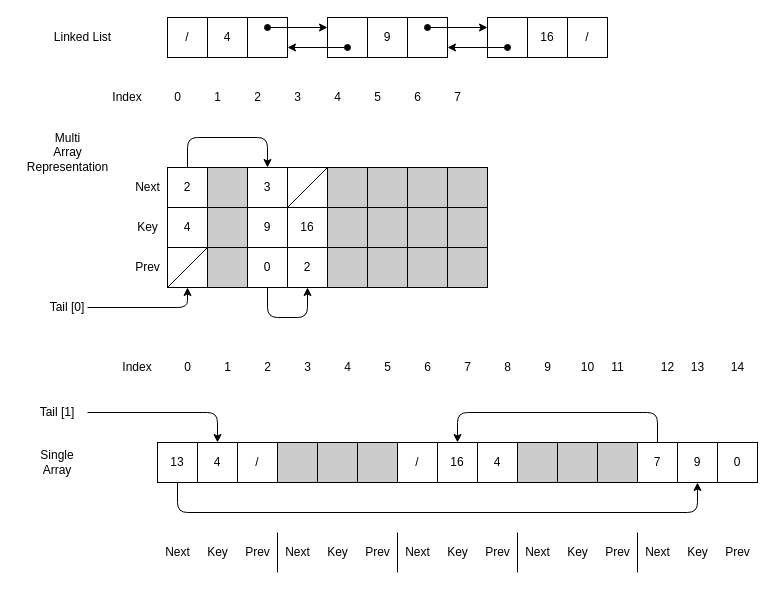
The draw.io diagram src/data_structures/pointers/Multi_array_pointer.drawio in pgryko/code_coffee_algorithms, before the edit. Source tidied: cells renumbered, new cells numbered last; positions are measured from the earlier drawing's top-left corner, leaving out a move shared by most shapes. Both pictures are drawn from the tidied source at 100%, with x=0, y=0 at pixel (17, 17).
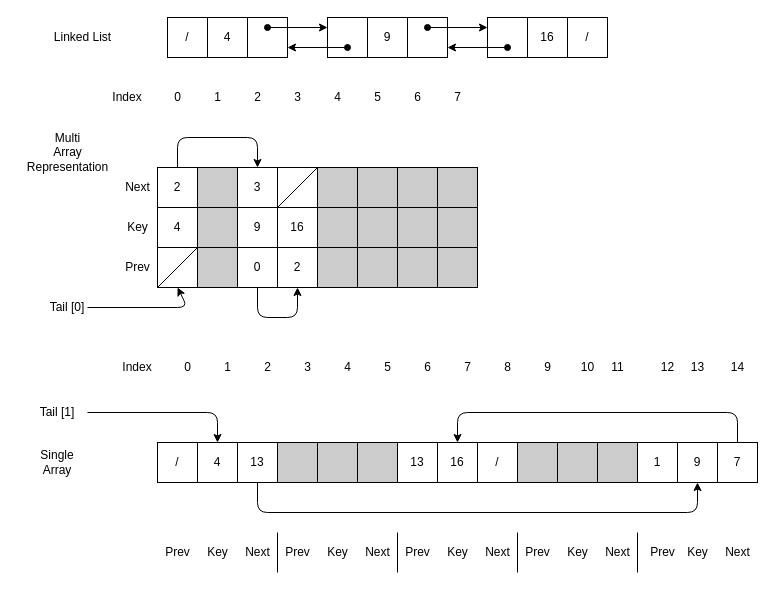
Above is the later version.

Commit message (it also covers changes not shown here):
Fixed major mistake in diagrams

The change refers to these unchanged cells:
```xml
<mxCell id="54" value="16" style="whiteSpace=wrap;html=1;" parent="1" vertex="1">
  <mxGeometry x="420" y="425" width="40" height="40" as="geometry" />
</mxCell>
<mxCell id="98" value="9" style="whiteSpace=wrap;html=1;" parent="1" vertex="1">
  <mxGeometry x="660" y="425" width="40" height="40" as="geometry" />
</mxCell>
```

Diff of the diagram source:
```diff
@@
     <mxCell id="2" value="2" style="whiteSpace=wrap;html=1;" parent="1" vertex="1">
-      <mxGeometry x="150" y="150" width="40" height="40" as="geometry" />
+      <mxGeometry x="140" y="150" width="40" height="40" as="geometry" />
     </mxCell>
     <mxCell id="3" value="Next" style="text;html=1;align=center;verticalAlign=middle;" parent="1" vertex="1">
-      <mxGeometry x="110" y="160" width="40" height="20" as="geometry" />
+      <mxGeometry x="100" y="160" width="40" height="20" as="geometry" />
     </mxCell>
     <mxCell id="4" value="4" style="whiteSpace=wrap;html=1;" parent="1" vertex="1">
-      <mxGeometry x="150" y="190" width="40" height="40" as="geometry" />
+      <mxGeometry x="140" y="190" width="40" height="40" as="geometry" />
     </mxCell>
     <mxCell id="5" value="Key" style="text;html=1;align=center;verticalAlign=middle;" parent="1" vertex="1">
-      <mxGeometry x="110" y="200" width="40" height="20" as="geometry" />
+      <mxGeometry x="100" y="200" width="40" height="20" as="geometry" />
     </mxCell>
     <mxCell id="6" value="Prev" style="text;html=1;align=center;verticalAlign=middle;" parent="1" vertex="1">
-      <mxGeometry x="110" y="240" width="40" height="20" as="geometry" />
+      <mxGeometry x="100" y="240" width="40" height="20" as="geometry" />
     </mxCell>
     <mxCell id="7" style="whiteSpace=wrap;html=1;fillColor=#CCCCCC;" parent="1" vertex="1">
-      <mxGeometry x="190" y="150" width="40" height="40" as="geometry" />
+      <mxGeometry x="180" y="150" width="40" height="40" as="geometry" />
     </mxCell>
@@
     <mxCell id="21" style="whiteSpace=wrap;html=1;fillColor=#CCCCCC;" parent="1" vertex="1">
-      <mxGeometry x="190" y="190" width="40" height="40" as="geometry" />
+      <mxGeometry x="180" y="190" width="40" height="40" as="geometry" />
     </mxCell>
     <mxCell id="22" style="whiteSpace=wrap;html=1;fillColor=#CCCCCC;" parent="1" vertex="1">
-      <mxGeometry x="190" y="230" width="40" height="40" as="geometry" />
+      <mxGeometry x="180" y="230" width="40" height="40" as="geometry" />
     </mxCell>
     <mxCell id="23" value="9" style="whiteSpace=wrap;html=1;" parent="1" vertex="1">
-      <mxGeometry x="230" y="190" width="40" height="40" as="geometry" />
+      <mxGeometry x="220" y="190" width="40" height="40" as="geometry" />
     </mxCell>
     <mxCell id="24" value="3" style="whiteSpace=wrap;html=1;" parent="1" vertex="1">
-      <mxGeometry x="230" y="150" width="40" height="40" as="geometry" />
+      <mxGeometry x="220" y="150" width="40" height="40" as="geometry" />
     </mxCell>
     <mxCell id="25" value="0" style="whiteSpace=wrap;html=1;" parent="1" vertex="1">
-      <mxGeometry x="230" y="230" width="40" height="40" as="geometry" />
+      <mxGeometry x="220" y="230" width="40" height="40" as="geometry" />
     </mxCell>
     <mxCell id="26" value="16" style="whiteSpace=wrap;html=1;" parent="1" vertex="1">
-      <mxGeometry x="270" y="190" width="40" height="40" as="geometry" />
+      <mxGeometry x="260" y="190" width="40" height="40" as="geometry" />
     </mxCell>
     <mxCell id="27" value="2" style="whiteSpace=wrap;html=1;" parent="1" vertex="1">
-      <mxGeometry x="270" y="230" width="40" height="40" as="geometry" />
+      <mxGeometry x="260" y="230" width="40" height="40" as="geometry" />
     </mxCell>
@@
     <mxCell id="37" style="whiteSpace=wrap;html=1;fillColor=#CCCCCC;" parent="1" vertex="1">
-      <mxGeometry x="310" y="150" width="40" height="40" as="geometry" />
+      <mxGeometry x="300" y="150" width="40" height="40" as="geometry" />
     </mxCell>
     <mxCell id="38" style="whiteSpace=wrap;html=1;fillColor=#CCCCCC;" parent="1" vertex="1">
-      <mxGeometry x="310" y="190" width="40" height="40" as="geometry" />
+      <mxGeometry x="300" y="190" width="40" height="40" as="geometry" />
     </mxCell>
     <mxCell id="39" style="whiteSpace=wrap;html=1;fillColor=#CCCCCC;" parent="1" vertex="1">
-      <mxGeometry x="310" y="230" width="40" height="40" as="geometry" />
+      <mxGeometry x="300" y="230" width="40" height="40" as="geometry" />
     </mxCell>
     <mxCell id="40" style="whiteSpace=wrap;html=1;fillColor=#CCCCCC;" parent="1" vertex="1">
-      <mxGeometry x="350" y="150" width="40" height="40" as="geometry" />
+      <mxGeometry x="340" y="150" width="40" height="40" as="geometry" />
     </mxCell>
     <mxCell id="41" style="whiteSpace=wrap;html=1;fillColor=#CCCCCC;" parent="1" vertex="1">
-      <mxGeometry x="350" y="190" width="40" height="40" as="geometry" />
+      <mxGeometry x="340" y="190" width="40" height="40" as="geometry" />
     </mxCell>
     <mxCell id="42" style="whiteSpace=wrap;html=1;fillColor=#CCCCCC;" parent="1" vertex="1">
-      <mxGeometry x="390" y="150" width="40" height="40" as="geometry" />
+      <mxGeometry x="380" y="150" width="40" height="40" as="geometry" />
     </mxCell>
     <mxCell id="43" style="whiteSpace=wrap;html=1;fillColor=#CCCCCC;" parent="1" vertex="1">
-      <mxGeometry x="390" y="190" width="40" height="40" as="geometry" />
+      <mxGeometry x="380" y="190" width="40" height="40" as="geometry" />
     </mxCell>
     <mxCell id="44" style="whiteSpace=wrap;html=1;fillColor=#CCCCCC;" parent="1" vertex="1">
-      <mxGeometry x="390" y="230" width="40" height="40" as="geometry" />
+      <mxGeometry x="380" y="230" width="40" height="40" as="geometry" />
     </mxCell>
     <mxCell id="45" style="whiteSpace=wrap;html=1;fillColor=#CCCCCC;" parent="1" vertex="1">
-      <mxGeometry x="430" y="150" width="40" height="40" as="geometry" />
+      <mxGeometry x="420" y="150" width="40" height="40" as="geometry" />
     </mxCell>
     <mxCell id="46" style="whiteSpace=wrap;html=1;fillColor=#CCCCCC;" parent="1" vertex="1">
-      <mxGeometry x="430" y="190" width="40" height="40" as="geometry" />
+      <mxGeometry x="420" y="190" width="40" height="40" as="geometry" />
     </mxCell>
     <mxCell id="47" style="whiteSpace=wrap;html=1;fillColor=#CCCCCC;" parent="1" vertex="1">
-      <mxGeometry x="430" y="230" width="40" height="40" as="geometry" />
+      <mxGeometry x="420" y="230" width="40" height="40" as="geometry" />
     </mxCell>
@@
     <mxCell id="50" value="13" style="whiteSpace=wrap;html=1;" parent="1" vertex="1">
-      <mxGeometry x="140" y="425" width="40" height="40" as="geometry" />
+      <mxGeometry x="220" y="425" width="40" height="40" as="geometry" />
     </mxCell>
@@
     <mxCell id="52" value="/" style="whiteSpace=wrap;html=1;" parent="1" vertex="1">
-      <mxGeometry x="220" y="425" width="40" height="40" as="geometry" />
+      <mxGeometry x="140" y="425" width="40" height="40" as="geometry" />
     </mxCell>
     <mxCell id="53" value="/" style="whiteSpace=wrap;html=1;" parent="1" vertex="1">
-      <mxGeometry x="380" y="425" width="40" height="40" as="geometry" />
+      <mxGeometry x="460" y="425" width="40" height="40" as="geometry" />
     </mxCell>
@@
-    <mxCell id="55" value="4" style="whiteSpace=wrap;html=1;" parent="1" vertex="1">
-      <mxGeometry x="460" y="425" width="40" height="40" as="geometry" />
+    <mxCell id="55" value="13" style="whiteSpace=wrap;html=1;" parent="1" vertex="1">
+      <mxGeometry x="380" y="425" width="40" height="40" as="geometry" />
     </mxCell>
@@
     <mxCell id="60" value="Next" style="text;html=1;align=center;verticalAlign=middle;" parent="1" vertex="1">
-      <mxGeometry x="140" y="525" width="40" height="20" as="geometry" />
+      <mxGeometry x="220" y="525" width="40" height="20" as="geometry" />
     </mxCell>
     <mxCell id="61" value="Prev" style="text;html=1;align=center;verticalAlign=middle;" parent="1" vertex="1">
-      <mxGeometry x="220" y="525" width="40" height="20" as="geometry" />
+      <mxGeometry x="140" y="525" width="40" height="20" as="geometry" />
     </mxCell>
@@
     <mxCell id="76" value="Next" style="text;html=1;align=center;verticalAlign=middle;" parent="1" vertex="1">
-      <mxGeometry x="260" y="525" width="40" height="20" as="geometry" />
+      <mxGeometry x="340" y="525" width="40" height="20" as="geometry" />
     </mxCell>
     <mxCell id="77" value="Prev" style="text;html=1;align=center;verticalAlign=middle;" parent="1" vertex="1">
-      <mxGeometry x="340" y="525" width="40" height="20" as="geometry" />
+      <mxGeometry x="260" y="525" width="40" height="20" as="geometry" />
     </mxCell>
@@
     <mxCell id="79" value="Next" style="text;html=1;align=center;verticalAlign=middle;" parent="1" vertex="1">
-      <mxGeometry x="380" y="525" width="40" height="20" as="geometry" />
+      <mxGeometry x="460" y="525" width="40" height="20" as="geometry" />
     </mxCell>
     <mxCell id="80" value="Prev" style="text;html=1;align=center;verticalAlign=middle;" parent="1" vertex="1">
-      <mxGeometry x="460" y="525" width="40" height="20" as="geometry" />
+      <mxGeometry x="380" y="525" width="40" height="20" as="geometry" />
     </mxCell>
@@
     <mxCell id="82" style="whiteSpace=wrap;html=1;fillColor=#CCCCCC;" parent="1" vertex="1">
-      <mxGeometry x="350" y="230" width="40" height="40" as="geometry" />
+      <mxGeometry x="340" y="230" width="40" height="40" as="geometry" />
     </mxCell>
@@
     <mxCell id="87" style="whiteSpace=wrap;html=1;" parent="1" vertex="1">
-      <mxGeometry x="150" y="230" width="40" height="40" as="geometry" />
+      <mxGeometry x="140" y="230" width="40" height="40" as="geometry" />
     </mxCell>
@@
     <mxCell id="89" style="whiteSpace=wrap;html=1;" parent="1" vertex="1">
-      <mxGeometry x="270" y="150" width="40" height="40" as="geometry" />
+      <mxGeometry x="260" y="150" width="40" height="40" as="geometry" />
     </mxCell>
@@
     <mxCell id="91" style="endArrow=classic;html=1;exitX=0.5;exitY=0;exitDx=0;exitDy=0;entryX=0.5;entryY=0;entryDx=0;entryDy=0;" parent="1" edge="1" source="2" target="24">
       <mxGeometry relative="1" as="geometry">
         <Array as="points">
-          <mxPoint x="170" y="120" />
-          <mxPoint x="250" y="120" />
+          <mxPoint x="160" y="120" />
+          <mxPoint x="240" y="120" />
         </Array>
       </mxGeometry>
     </mxCell>
     <mxCell id="92" style="endArrow=classic;html=1;exitX=0.5;exitY=1;exitDx=0;exitDy=0;entryX=0.5;entryY=1;entryDx=0;entryDy=0;" parent="1" edge="1" source="25" target="27">
       <mxGeometry relative="1" as="geometry">
         <Array as="points">
-          <mxPoint x="250" y="300" />
-          <mxPoint x="290" y="300" />
+          <mxPoint x="240" y="300" />
+          <mxPoint x="280" y="300" />
         </Array>
       </mxGeometry>
     </mxCell>
@@
     <mxCell id="95" style="endArrow=classic;html=1;exitX=0.5;exitY=1;exitDx=0;exitDy=0;entryX=0.5;entryY=1;entryDx=0;entryDy=0;" parent="1" edge="1" source="50" target="98">
       <mxGeometry relative="1" as="geometry">
         <Array as="points">
-          <mxPoint x="160" y="495" />
+          <mxPoint x="240" y="495" />
           <mxPoint x="680" y="495" />
         </Array>
       </mxGeometry>
     </mxCell>
     <mxCell id="96" style="endArrow=classic;html=1;exitX=0.5;exitY=0;exitDx=0;exitDy=0;entryX=0.5;entryY=0;entryDx=0;entryDy=0;" parent="1" edge="1" source="97" target="54">
       <mxGeometry relative="1" as="geometry">
         <Array as="points">
-          <mxPoint x="640" y="395" />
+          <mxPoint x="720" y="395" />
           <mxPoint x="440" y="395" />
         </Array>
       </mxGeometry>
     </mxCell>
     <mxCell id="97" value="7" style="whiteSpace=wrap;html=1;" parent="1" vertex="1">
-      <mxGeometry x="620" y="425" width="40" height="40" as="geometry" />
+      <mxGeometry x="700" y="425" width="40" height="40" as="geometry" />
     </mxCell>
@@
-    <mxCell id="99" value="0" style="whiteSpace=wrap;html=1;" parent="1" vertex="1">
-      <mxGeometry x="700" y="425" width="40" height="40" as="geometry" />
+    <mxCell id="99" value="1" style="whiteSpace=wrap;html=1;" parent="1" vertex="1">
+      <mxGeometry x="620" y="425" width="40" height="40" as="geometry" />
     </mxCell>
@@
     <mxCell id="107" value="Next" style="text;html=1;align=center;verticalAlign=middle;" parent="1" vertex="1">
-      <mxGeometry x="500" y="525" width="40" height="20" as="geometry" />
+      <mxGeometry x="580" y="525" width="40" height="20" as="geometry" />
     </mxCell>
     <mxCell id="108" value="Prev" style="text;html=1;align=center;verticalAlign=middle;" parent="1" vertex="1">
-      <mxGeometry x="580" y="525" width="40" height="20" as="geometry" />
+      <mxGeometry x="500" y="525" width="40" height="20" as="geometry" />
     </mxCell>
@@
     <mxCell id="111" value="Next" style="text;html=1;align=center;verticalAlign=middle;" parent="1" vertex="1">
-      <mxGeometry x="620" y="525" width="40" height="20" as="geometry" />
+      <mxGeometry x="700" y="525" width="40" height="20" as="geometry" />
     </mxCell>
     <mxCell id="112" value="Prev" style="text;html=1;align=center;verticalAlign=middle;" parent="1" vertex="1">
-      <mxGeometry x="700" y="525" width="40" height="20" as="geometry" />
+      <mxGeometry x="625" y="525" width="40" height="20" as="geometry" />
     </mxCell>
```
